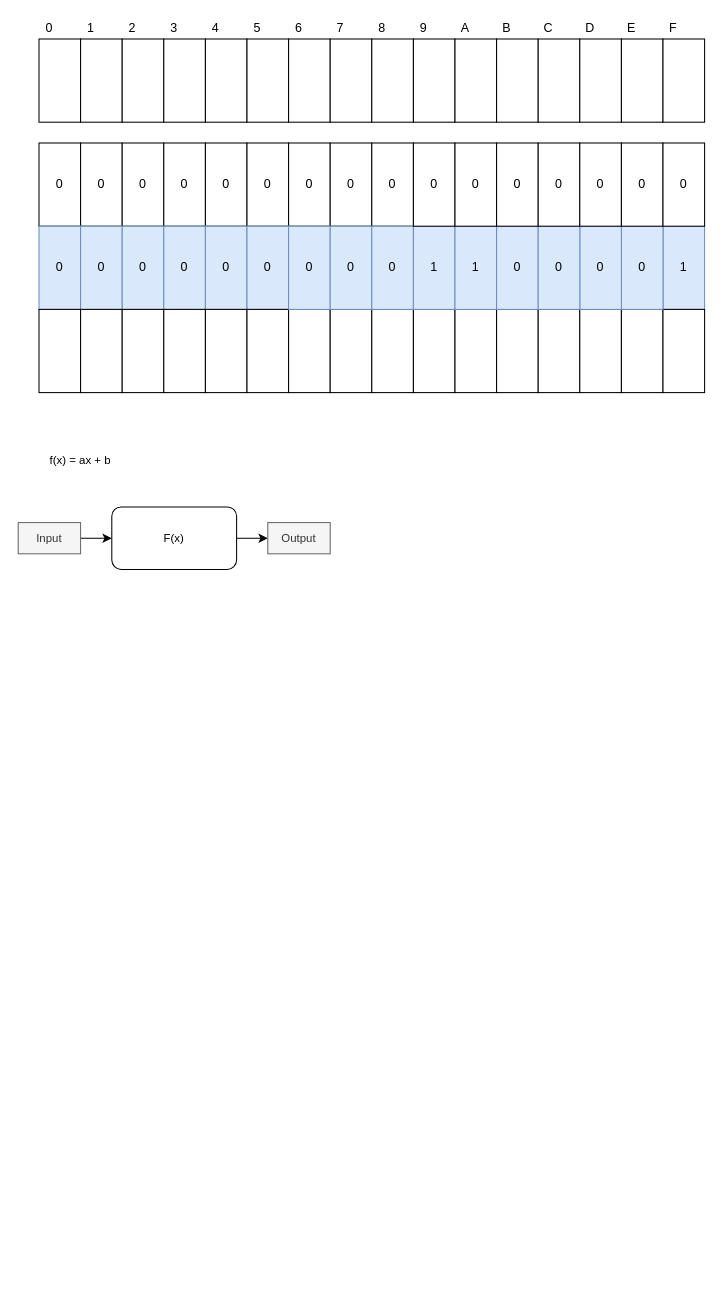
Earlier version of the draw.io diagram CSharp/CSharp/CSharpBasic.drawio (koseyun/UnityEngineBasic_Nowon_1800_2000). Source tidied: cells renumbered, new cells numbered last; positions are measured from the earlier drawing's top-left corner, leaving out a move shared by most shapes. Both pictures are drawn from the tidied source at 104%, with x=0, y=0 at pixel (18, 18).
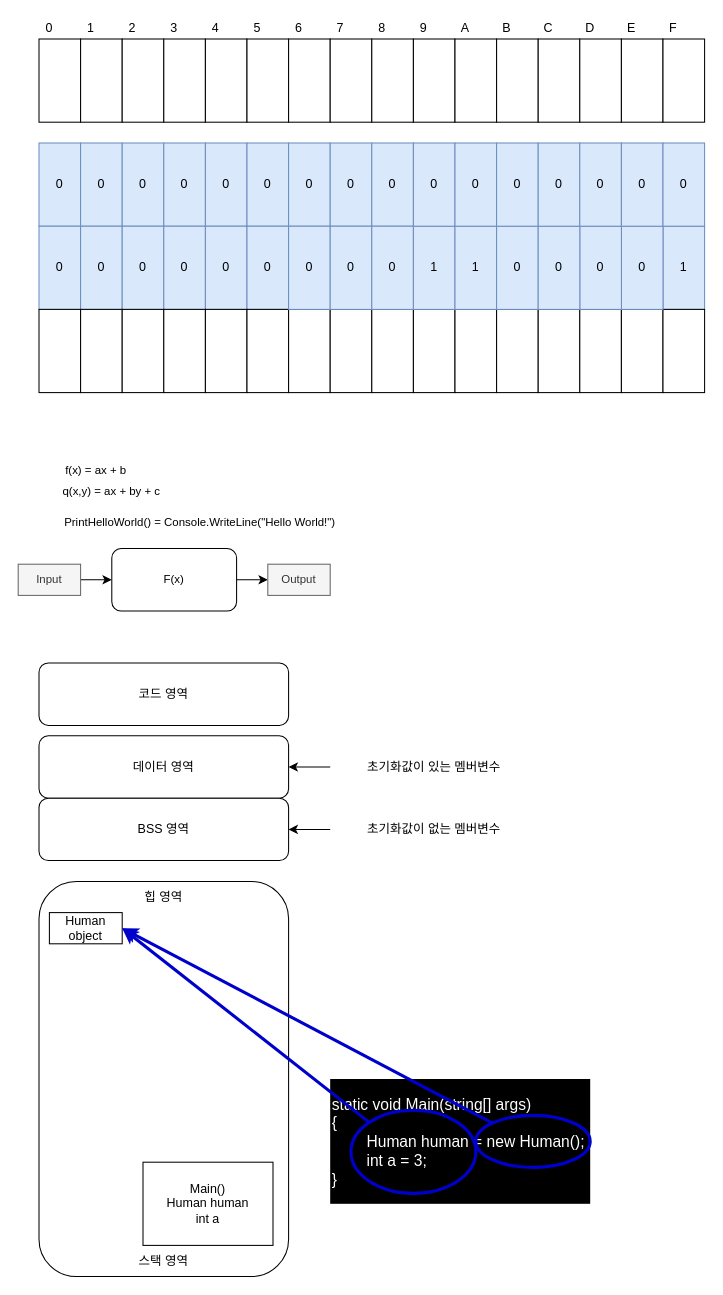
The same diagram, later.

Commit message (it also covers changes not shown here):
CSharp - Methods, ClassObjectInstance

Diff of the diagram source:
```diff
@@
-    <mxCell id="18" value="0" style="rounded=0;whiteSpace=wrap;html=1;" parent="1" vertex="1">
+    <mxCell id="18" value="0" style="rounded=0;whiteSpace=wrap;html=1;fillColor=#dae8fc;strokeColor=#6c8ebf;" parent="1" vertex="1">
       <mxGeometry x="20" y="120" width="40" height="80" as="geometry" />
     </mxCell>
-    <mxCell id="19" value="0" style="rounded=0;whiteSpace=wrap;html=1;" parent="1" vertex="1">
+    <mxCell id="19" value="0" style="rounded=0;whiteSpace=wrap;html=1;fillColor=#dae8fc;strokeColor=#6c8ebf;" parent="1" vertex="1">
       <mxGeometry x="60" y="120" width="40" height="80" as="geometry" />
     </mxCell>
-    <mxCell id="20" value="0" style="rounded=0;whiteSpace=wrap;html=1;" parent="1" vertex="1">
+    <mxCell id="20" value="0" style="rounded=0;whiteSpace=wrap;html=1;fillColor=#dae8fc;strokeColor=#6c8ebf;" parent="1" vertex="1">
       <mxGeometry x="100" y="120" width="40" height="80" as="geometry" />
     </mxCell>
-    <mxCell id="21" value="0" style="rounded=0;whiteSpace=wrap;html=1;" parent="1" vertex="1">
+    <mxCell id="21" value="0" style="rounded=0;whiteSpace=wrap;html=1;fillColor=#dae8fc;strokeColor=#6c8ebf;" parent="1" vertex="1">
       <mxGeometry x="140" y="120" width="40" height="80" as="geometry" />
     </mxCell>
-    <mxCell id="22" value="0" style="rounded=0;whiteSpace=wrap;html=1;" parent="1" vertex="1">
+    <mxCell id="22" value="0" style="rounded=0;whiteSpace=wrap;html=1;fillColor=#dae8fc;strokeColor=#6c8ebf;" parent="1" vertex="1">
       <mxGeometry x="180" y="120" width="40" height="80" as="geometry" />
     </mxCell>
-    <mxCell id="23" value="0" style="rounded=0;whiteSpace=wrap;html=1;" parent="1" vertex="1">
+    <mxCell id="23" value="0" style="rounded=0;whiteSpace=wrap;html=1;fillColor=#dae8fc;strokeColor=#6c8ebf;" parent="1" vertex="1">
       <mxGeometry x="220" y="120" width="40" height="80" as="geometry" />
     </mxCell>
-    <mxCell id="24" value="0" style="rounded=0;whiteSpace=wrap;html=1;" parent="1" vertex="1">
+    <mxCell id="24" value="0" style="rounded=0;whiteSpace=wrap;html=1;fillColor=#dae8fc;strokeColor=#6c8ebf;" parent="1" vertex="1">
       <mxGeometry x="260" y="120" width="40" height="80" as="geometry" />
     </mxCell>
-    <mxCell id="25" value="0" style="rounded=0;whiteSpace=wrap;html=1;" parent="1" vertex="1">
+    <mxCell id="25" value="0" style="rounded=0;whiteSpace=wrap;html=1;fillColor=#dae8fc;strokeColor=#6c8ebf;" parent="1" vertex="1">
       <mxGeometry x="300" y="120" width="40" height="80" as="geometry" />
     </mxCell>
-    <mxCell id="26" value="0" style="rounded=0;whiteSpace=wrap;html=1;" parent="1" vertex="1">
+    <mxCell id="26" value="0" style="rounded=0;whiteSpace=wrap;html=1;fillColor=#dae8fc;strokeColor=#6c8ebf;" parent="1" vertex="1">
       <mxGeometry x="340" y="120" width="40" height="80" as="geometry" />
     </mxCell>
@@
     <mxCell id="66" value="f(x) = ax + b" style="text;html=1;strokeColor=none;fillColor=none;align=center;verticalAlign=middle;whiteSpace=wrap;rounded=0;fontSize=11;" parent="1" vertex="1">
-      <mxGeometry x="20" y="410" width="80" height="30" as="geometry" />
+      <mxGeometry x="20" y="420" width="110" height="30" as="geometry" />
     </mxCell>
@@
     <mxCell id="68" value="Input" style="text;html=1;align=center;verticalAlign=middle;whiteSpace=wrap;rounded=0;fontSize=11;fillColor=#f5f5f5;fontColor=#333333;strokeColor=#666666;" parent="1" vertex="1">
-      <mxGeometry y="485" width="60" height="30" as="geometry" />
+      <mxGeometry y="525" width="60" height="30" as="geometry" />
     </mxCell>
@@
     <mxCell id="70" value="F(x)" style="rounded=1;whiteSpace=wrap;html=1;fontSize=11;" parent="1" vertex="1">
-      <mxGeometry x="90" y="470" width="120" height="60" as="geometry" />
+      <mxGeometry x="90" y="510" width="120" height="60" as="geometry" />
     </mxCell>
     <mxCell id="71" value="Output" style="text;html=1;align=center;verticalAlign=middle;whiteSpace=wrap;rounded=0;fontSize=11;fillColor=#f5f5f5;fontColor=#333333;strokeColor=#666666;" parent="1" vertex="1">
-      <mxGeometry x="240" y="485" width="60" height="30" as="geometry" />
+      <mxGeometry x="240" y="525" width="60" height="30" as="geometry" />
     </mxCell>
@@
-    <mxCell id="81" value="0" style="rounded=0;whiteSpace=wrap;html=1;" parent="1" vertex="1">
+    <mxCell id="81" value="0" style="rounded=0;whiteSpace=wrap;html=1;fillColor=#dae8fc;strokeColor=#6c8ebf;" parent="1" vertex="1">
       <mxGeometry x="380" y="120" width="40" height="80" as="geometry" />
     </mxCell>
-    <mxCell id="82" value="0" style="rounded=0;whiteSpace=wrap;html=1;" parent="1" vertex="1">
+    <mxCell id="82" value="0" style="rounded=0;whiteSpace=wrap;html=1;fillColor=#dae8fc;strokeColor=#6c8ebf;" parent="1" vertex="1">
       <mxGeometry x="420" y="120" width="40" height="80" as="geometry" />
     </mxCell>
-    <mxCell id="83" value="0" style="rounded=0;whiteSpace=wrap;html=1;" parent="1" vertex="1">
+    <mxCell id="83" value="0" style="rounded=0;whiteSpace=wrap;html=1;fillColor=#dae8fc;strokeColor=#6c8ebf;" parent="1" vertex="1">
       <mxGeometry x="460" y="120" width="40" height="80" as="geometry" />
     </mxCell>
-    <mxCell id="84" value="0" style="rounded=0;whiteSpace=wrap;html=1;" parent="1" vertex="1">
+    <mxCell id="84" value="0" style="rounded=0;whiteSpace=wrap;html=1;fillColor=#dae8fc;strokeColor=#6c8ebf;" parent="1" vertex="1">
       <mxGeometry x="500" y="120" width="40" height="80" as="geometry" />
     </mxCell>
-    <mxCell id="85" value="0" style="rounded=0;whiteSpace=wrap;html=1;" parent="1" vertex="1">
+    <mxCell id="85" value="0" style="rounded=0;whiteSpace=wrap;html=1;fillColor=#dae8fc;strokeColor=#6c8ebf;" parent="1" vertex="1">
       <mxGeometry x="540" y="120" width="40" height="80" as="geometry" />
     </mxCell>
-    <mxCell id="86" value="0" style="rounded=0;whiteSpace=wrap;html=1;" parent="1" vertex="1">
+    <mxCell id="86" value="0" style="rounded=0;whiteSpace=wrap;html=1;fillColor=#dae8fc;strokeColor=#6c8ebf;" parent="1" vertex="1">
       <mxGeometry x="580" y="120" width="40" height="80" as="geometry" />
     </mxCell>
-    <mxCell id="87" value="0" style="rounded=0;whiteSpace=wrap;html=1;" parent="1" vertex="1">
+    <mxCell id="87" value="0" style="rounded=0;whiteSpace=wrap;html=1;fillColor=#dae8fc;strokeColor=#6c8ebf;" parent="1" vertex="1">
       <mxGeometry x="620" y="120" width="40" height="80" as="geometry" />
     </mxCell>
+    <mxCell id="88" value="q(x,y) = ax + by + c" style="text;html=1;strokeColor=none;fillColor=none;align=center;verticalAlign=middle;whiteSpace=wrap;rounded=0;fontSize=11;" parent="1" vertex="1">
+      <mxGeometry x="20" y="440" width="140" height="30" as="geometry" />
+    </mxCell>
+    <mxCell id="89" value="&lt;div&gt;PrintHelloWorld() =&amp;nbsp;&lt;span style=&quot;background-color: initial;&quot;&gt;Console.WriteLine(&quot;Hello World!&quot;)&lt;/span&gt;&lt;/div&gt;" style="text;html=1;strokeColor=none;fillColor=none;align=center;verticalAlign=middle;whiteSpace=wrap;rounded=0;fontSize=11;" parent="1" vertex="1">
+      <mxGeometry x="20" y="470" width="310" height="30" as="geometry" />
+    </mxCell>
+    <mxCell id="90" style="rounded=1;whiteSpace=wrap;html=1;" parent="1" vertex="1">
+      <mxGeometry x="20" y="830" width="240" height="380" as="geometry" />
+    </mxCell>
+    <mxCell id="91" value="코드 영역" style="rounded=1;whiteSpace=wrap;html=1;" parent="1" vertex="1">
+      <mxGeometry x="20" y="620" width="240" height="60" as="geometry" />
+    </mxCell>
+    <mxCell id="92" value="데이터 영역" style="rounded=1;whiteSpace=wrap;html=1;" parent="1" vertex="1">
+      <mxGeometry x="20" y="690" width="240" height="60" as="geometry" />
+    </mxCell>
+    <mxCell id="93" value="BSS 영역" style="rounded=1;whiteSpace=wrap;html=1;" parent="1" vertex="1">
+      <mxGeometry x="20" y="750" width="240" height="60" as="geometry" />
+    </mxCell>
+    <mxCell id="94" style="edgeStyle=orthogonalEdgeStyle;rounded=0;jettySize=auto;html=1;" parent="1" edge="1" source="95">
+      <mxGeometry relative="1" as="geometry">
+        <mxPoint x="260" y="720" as="targetPoint" />
+      </mxGeometry>
+    </mxCell>
+    <mxCell id="95" value="초기화값이 있는 멤버변수" style="text;html=1;strokeColor=none;fillColor=none;align=center;verticalAlign=middle;whiteSpace=wrap;rounded=0;" parent="1" vertex="1">
+      <mxGeometry x="300" y="700" width="200" height="40" as="geometry" />
+    </mxCell>
+    <mxCell id="96" style="edgeStyle=orthogonalEdgeStyle;rounded=0;jettySize=auto;html=1;" parent="1" edge="1" source="97" target="93">
+      <mxGeometry relative="1" as="geometry" />
+    </mxCell>
+    <mxCell id="97" value="초기화값이 없는 멤버변수" style="text;html=1;strokeColor=none;fillColor=none;align=center;verticalAlign=middle;whiteSpace=wrap;rounded=0;" parent="1" vertex="1">
+      <mxGeometry x="300" y="760" width="200" height="40" as="geometry" />
+    </mxCell>
+    <mxCell id="98" value="힙 영역" style="text;html=1;strokeColor=none;fillColor=none;align=center;verticalAlign=middle;whiteSpace=wrap;rounded=0;" parent="1" vertex="1">
+      <mxGeometry x="110" y="830" width="60" height="30" as="geometry" />
+    </mxCell>
+    <mxCell id="99" value="스택 영역" style="text;html=1;strokeColor=none;fillColor=none;align=center;verticalAlign=middle;whiteSpace=wrap;rounded=0;" parent="1" vertex="1">
+      <mxGeometry x="105" y="1180" width="70" height="30" as="geometry" />
+    </mxCell>
+    <mxCell id="100" value="Main()&lt;br&gt;Human human&lt;br&gt;int a" style="text;html=1;align=center;verticalAlign=middle;whiteSpace=wrap;rounded=0;strokeColor=default;" parent="1" vertex="1">
+      <mxGeometry x="120" y="1100" width="125" height="80" as="geometry" />
+    </mxCell>
+    <mxCell id="101" value="Human&lt;br&gt;object" style="text;html=1;align=center;verticalAlign=middle;whiteSpace=wrap;rounded=0;strokeColor=default;" parent="1" vertex="1">
+      <mxGeometry x="30" y="860" width="70" height="30" as="geometry" />
+    </mxCell>
+    <mxCell id="102" value="&lt;div style=&quot;font-size: 15px;&quot;&gt;static void Main(string[] args)&lt;/div&gt;&lt;div style=&quot;font-size: 15px;&quot;&gt;{&lt;/div&gt;&lt;div style=&quot;font-size: 15px;&quot;&gt;&lt;span style=&quot;white-space: pre; font-size: 15px;&quot;&gt;&#9;&lt;/span&gt;Human human = new Human();&lt;/div&gt;&lt;div style=&quot;font-size: 15px;&quot;&gt;&lt;span style=&quot;background-color: initial; font-size: 15px;&quot;&gt;&lt;span style=&quot;white-space: pre; font-size: 15px;&quot;&gt;&#9;&lt;/span&gt;int a = 3;&lt;/span&gt;&lt;/div&gt;&lt;div style=&quot;font-size: 15px;&quot;&gt;}&lt;/div&gt;" style="text;html=1;strokeColor=none;fillColor=#000000;align=left;verticalAlign=middle;whiteSpace=wrap;rounded=0;fontColor=#FFFFFF;fontSize=15;" parent="1" vertex="1">
+      <mxGeometry x="300" y="1020" width="250" height="120" as="geometry" />
+    </mxCell>
+    <mxCell id="103" style="ellipse;whiteSpace=wrap;html=1;strokeColor=#0000CC;fontSize=15;fontColor=#FFFFFF;fillColor=none;strokeWidth=3;" parent="1" vertex="1">
+      <mxGeometry x="440" y="1055" width="110" height="50" as="geometry" />
+    </mxCell>
+    <mxCell id="104" style="ellipse;whiteSpace=wrap;html=1;strokeColor=#0000CC;fontSize=15;fontColor=#FFFFFF;fillColor=none;strokeWidth=3;" parent="1" vertex="1">
+      <mxGeometry x="320" y="1050" width="120" height="80" as="geometry" />
+    </mxCell>
+    <mxCell id="105" style="endArrow=classic;html=1;rounded=0;fontSize=15;fontColor=#FFFFFF;strokeWidth=3;strokeColor=#0000CC;entryX=1;entryY=0.5;entryDx=0;entryDy=0;exitX=0;exitY=0;exitDx=0;exitDy=0;" parent="1" edge="1" source="104" target="101">
+      <mxGeometry relative="1" as="geometry" />
+    </mxCell>
+    <mxCell id="106" style="endArrow=classic;html=1;rounded=0;fontSize=15;fontColor=#FFFFFF;strokeWidth=3;strokeColor=#0000CC;entryX=1;entryY=0.5;entryDx=0;entryDy=0;exitX=0;exitY=0;exitDx=0;exitDy=0;" parent="1" edge="1" source="103" target="101">
+      <mxGeometry relative="1" as="geometry" />
+    </mxCell>
```
